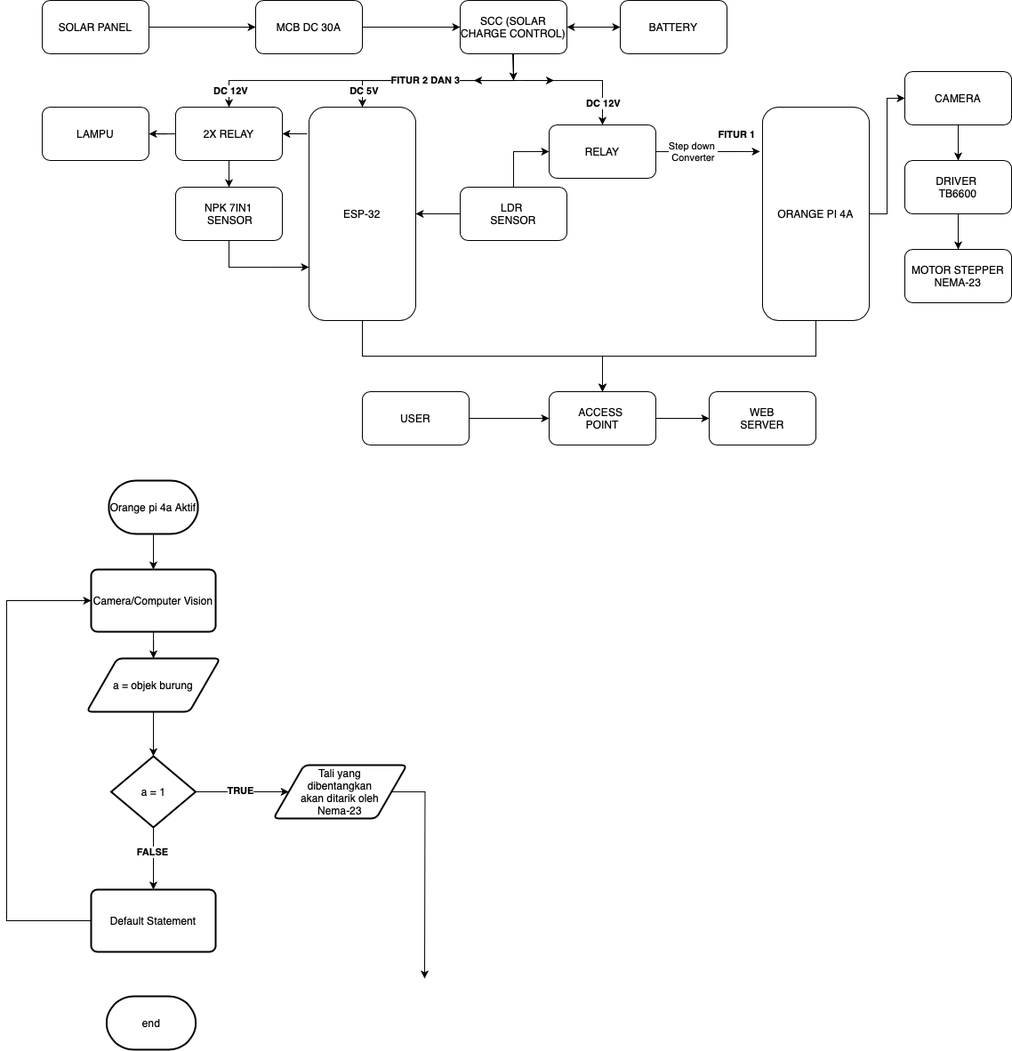
Before: Untitled Diagram.drawio.png, a diagram exported from draw.io (hamzahhakitriadi4/ProjectML). Source tidied: cells renumbered, new cells last; positions are measured from the earlier drawing's top-left corner, leaving out a move shared by most shapes.
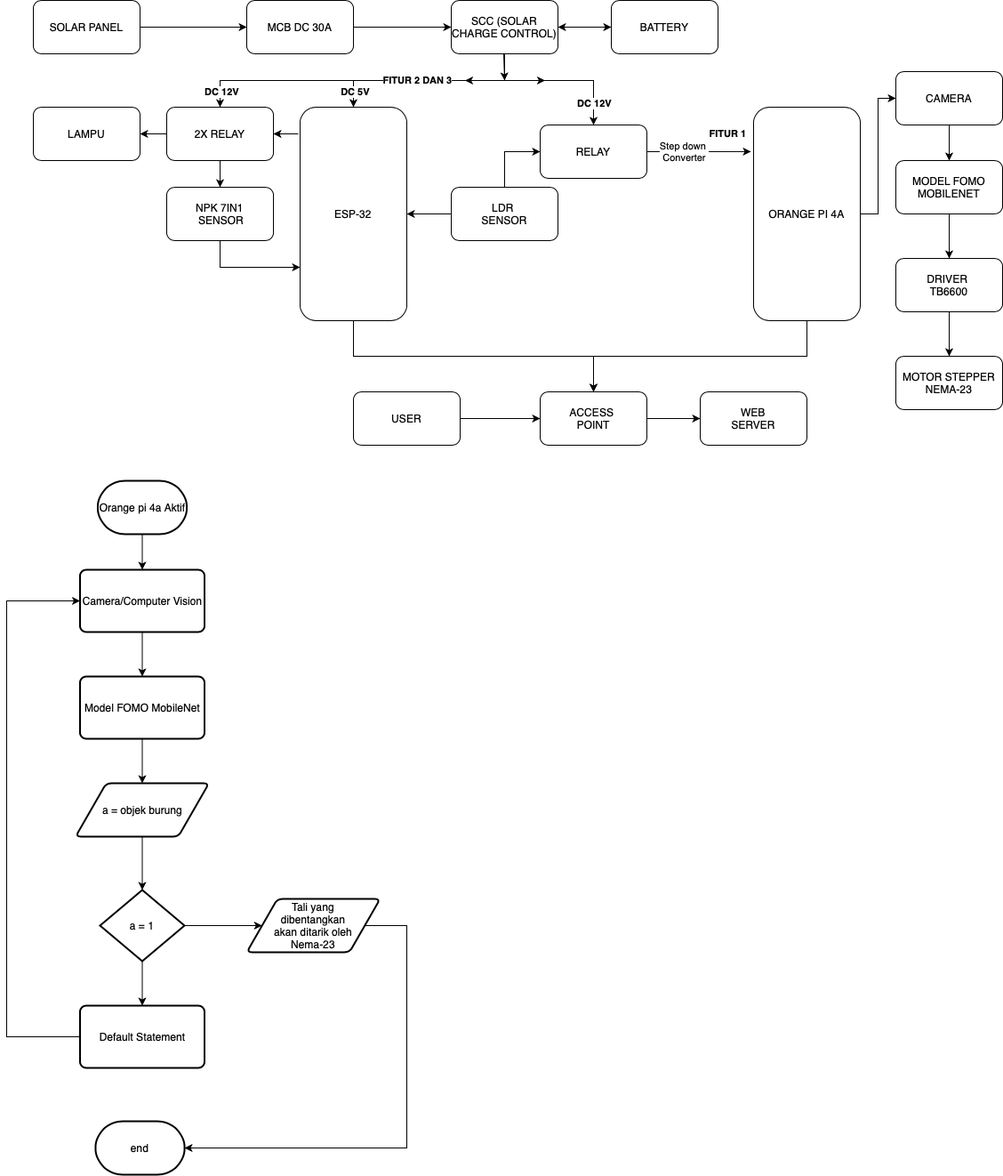
The same diagram one commit later.

Change to the diagram source:
```diff
@@ -108,14 +108,14 @@
       <mxGeometry relative="1" as="geometry" />
     </mxCell>
     <mxCell id="31" value="DRIVER&amp;nbsp;&lt;div&gt;TB6600&lt;/div&gt;" style="whiteSpace=wrap;html=1;rounded=1;" parent="1" vertex="1">
-      <mxGeometry x="1010" y="180" width="120" height="60" as="geometry" />
+      <mxGeometry x="1010" y="290" width="120" height="60" as="geometry" />
     </mxCell>
     <mxCell id="32" value="MOTOR STEPPER NEMA-23" style="whiteSpace=wrap;html=1;rounded=1;" parent="1" vertex="1">
-      <mxGeometry x="1010" y="280" width="120" height="60" as="geometry" />
+      <mxGeometry x="1010" y="400" width="120" height="60" as="geometry" />
     </mxCell>
-    <mxCell id="33" style="edgeStyle=orthogonalEdgeStyle;rounded=0;jettySize=auto;html=1;entryX=0.5;entryY=0;entryDx=0;entryDy=0;" parent="1" edge="1" source="34" target="31">
-      <mxGeometry relative="1" as="geometry" />
-    </mxCell>
+    <mxCell id="65" style="edgeStyle=orthogonalEdgeStyle;rounded=0;jettySize=auto;html=1;" parent="1" edge="1" source="34" target="71">
+      <mxGeometry relative="1" as="geometry" />
+    </mxCell>
     <mxCell id="34" value="CAMERA" style="rounded=1;whiteSpace=wrap;html=1;" parent="1" vertex="1">
       <mxGeometry x="1010" y="80" width="120" height="60" as="geometry" />
     </mxCell>
@@ -172,59 +172,68 @@
       <mxGeometry relative="1" as="geometry" />
     </mxCell>
     <mxCell id="49" value="Orange pi 4a Aktif" style="strokeWidth=2;html=1;shape=mxgraph.flowchart.terminator;whiteSpace=wrap;" parent="1" vertex="1">
-      <mxGeometry x="115" y="540" width="100" height="60" as="geometry" />
+      <mxGeometry x="112.5" y="540" width="100" height="60" as="geometry" />
     </mxCell>
     <mxCell id="50" style="edgeStyle=orthogonalEdgeStyle;rounded=0;jettySize=auto;html=1;" parent="1" edge="1" source="51" target="58">
       <mxGeometry relative="1" as="geometry" />
     </mxCell>
     <mxCell id="51" value="a = objek burung" style="shape=parallelogram;html=1;strokeWidth=2;perimeter=parallelogramPerimeter;whiteSpace=wrap;rounded=1;arcSize=12;size=0.23;" parent="1" vertex="1">
-      <mxGeometry x="90" y="740" width="150" height="60" as="geometry" />
+      <mxGeometry x="87.5" y="880" width="150" height="60" as="geometry" />
     </mxCell>
-    <mxCell id="52" style="edgeStyle=orthogonalEdgeStyle;rounded=0;jettySize=auto;html=1;" parent="1" edge="1" source="53" target="51">
-      <mxGeometry relative="1" as="geometry" />
-    </mxCell>
+    <mxCell id="66" style="edgeStyle=orthogonalEdgeStyle;rounded=0;jettySize=auto;html=1;" parent="1" edge="1" source="53" target="68">
+      <mxGeometry relative="1" as="geometry" />
+    </mxCell>
     <mxCell id="53" value="Camera/Computer Vision" style="rounded=1;whiteSpace=wrap;html=1;absoluteArcSize=1;arcSize=14;strokeWidth=2;" parent="1" vertex="1">
-      <mxGeometry x="95" y="640" width="140" height="70" as="geometry" />
+      <mxGeometry x="92.5" y="640" width="140" height="70" as="geometry" />
     </mxCell>
     <mxCell id="54" style="edgeStyle=orthogonalEdgeStyle;rounded=0;jettySize=auto;html=1;" parent="1" edge="1" source="58" target="60">
       <mxGeometry relative="1" as="geometry" />
     </mxCell>
-    <mxCell id="55" value="&lt;b&gt;TRUE&lt;/b&gt;" style="edgeLabel;html=1;align=center;verticalAlign=middle;" parent="54" vertex="1">
-      <mxGeometry x="-0.05" y="2" relative="1" as="geometry" />
-    </mxCell>
     <mxCell id="56" style="edgeStyle=orthogonalEdgeStyle;rounded=0;jettySize=auto;html=1;" parent="1" edge="1" source="58" target="63">
       <mxGeometry relative="1" as="geometry" />
     </mxCell>
-    <mxCell id="57" value="&lt;b&gt;FALSE&lt;/b&gt;" style="edgeLabel;html=1;align=center;verticalAlign=middle;" parent="56" vertex="1">
-      <mxGeometry x="-0.24" y="-2" relative="1" as="geometry" />
-    </mxCell>
     <mxCell id="58" value="a = 1" style="strokeWidth=2;html=1;shape=mxgraph.flowchart.decision;whiteSpace=wrap;" parent="1" vertex="1">
-      <mxGeometry x="117.5" y="850" width="95" height="80" as="geometry" />
+      <mxGeometry x="115" y="1000" width="95" height="80" as="geometry" />
     </mxCell>
-    <mxCell id="59" style="edgeStyle=orthogonalEdgeStyle;rounded=0;jettySize=auto;html=1;" parent="1" edge="1" source="60">
-      <mxGeometry relative="1" as="geometry">
-        <mxPoint x="470" y="1100" as="targetPoint" />
-      </mxGeometry>
-    </mxCell>
     <mxCell id="60" style="shape=parallelogram;html=1;strokeWidth=2;perimeter=parallelogramPerimeter;whiteSpace=wrap;rounded=1;arcSize=12;size=0.23;" parent="1" vertex="1">
-      <mxGeometry x="300" y="860" width="150" height="60" as="geometry" />
+      <mxGeometry x="280" y="1010" width="150" height="60" as="geometry" />
     </mxCell>
     <mxCell id="61" value="Tali yang dibentangkan akan ditarik oleh Nema-23" style="text;strokeColor=none;align=center;fillColor=none;html=1;verticalAlign=middle;whiteSpace=wrap;rounded=0;" parent="1" vertex="1">
-      <mxGeometry x="330" y="860" width="90" height="60" as="geometry" />
+      <mxGeometry x="310" y="1010" width="90" height="60" as="geometry" />
     </mxCell>
     <mxCell id="62" style="edgeStyle=orthogonalEdgeStyle;rounded=0;jettySize=auto;html=1;entryX=0;entryY=0.5;entryDx=0;entryDy=0;" parent="1" edge="1" source="63" target="53">
       <mxGeometry relative="1" as="geometry">
         <Array as="points">
-          <mxPoint y="1035" />
-          <mxPoint y="675" />
+          <mxPoint x="10" y="1165" />
+          <mxPoint x="10" y="675" />
         </Array>
       </mxGeometry>
     </mxCell>
     <mxCell id="63" value="Default Statement" style="rounded=1;whiteSpace=wrap;html=1;absoluteArcSize=1;arcSize=14;strokeWidth=2;" parent="1" vertex="1">
-      <mxGeometry x="95" y="1000" width="140" height="70" as="geometry" />
+      <mxGeometry x="92.5" y="1130" width="140" height="70" as="geometry" />
     </mxCell>
     <mxCell id="64" value="end" style="strokeWidth=2;html=1;shape=mxgraph.flowchart.terminator;whiteSpace=wrap;" parent="1" vertex="1">
-      <mxGeometry x="112.5" y="1120" width="100" height="60" as="geometry" />
+      <mxGeometry x="110" y="1260" width="100" height="60" as="geometry" />
     </mxCell>
+    <mxCell id="67" style="edgeStyle=orthogonalEdgeStyle;rounded=0;jettySize=auto;html=1;" parent="1" edge="1" source="68" target="51">
+      <mxGeometry relative="1" as="geometry" />
+    </mxCell>
+    <mxCell id="68" value="Model FOMO MobileNet" style="rounded=1;whiteSpace=wrap;html=1;absoluteArcSize=1;arcSize=14;strokeWidth=2;" parent="1" vertex="1">
+      <mxGeometry x="92.5" y="760" width="140" height="70" as="geometry" />
+    </mxCell>
+    <mxCell id="69" style="edgeStyle=orthogonalEdgeStyle;rounded=0;jettySize=auto;html=1;exitX=1;exitY=0.5;exitDx=0;exitDy=0;entryX=1;entryY=0.5;entryDx=0;entryDy=0;entryPerimeter=0;" parent="1" edge="1" source="60" target="64">
+      <mxGeometry relative="1" as="geometry">
+        <Array as="points">
+          <mxPoint x="460" y="1040" />
+          <mxPoint x="460" y="1290" />
+        </Array>
+      </mxGeometry>
+    </mxCell>
+    <mxCell id="70" style="edgeStyle=orthogonalEdgeStyle;rounded=0;jettySize=auto;html=1;" parent="1" edge="1" source="71" target="31">
+      <mxGeometry relative="1" as="geometry" />
+    </mxCell>
+    <mxCell id="71" value="MODEL FOMO&lt;div&gt;MOBILENET&lt;/div&gt;" style="rounded=1;whiteSpace=wrap;html=1;" parent="1" vertex="1">
+      <mxGeometry x="1010" y="180" width="120" height="60" as="geometry" />
+    </mxCell>
   </root>
 </mxGraphModel>
```
